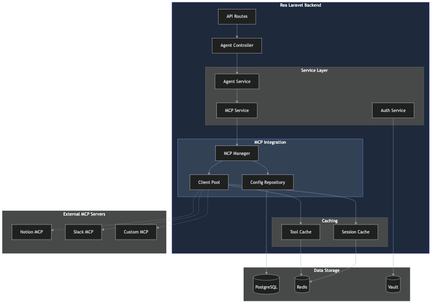
Above: docs/assets/diagrams/rea-integration.png in rmonsurate/rea-mcp-docs (Mermaid), before the change. Its source is kept beside it as docs/assets/diagrams/rea-integration.mmd. Source of this version:
```mermaid
%%{init: {'theme': 'dark', 'themeVariables': { 'primaryColor': '#6366f1', 'primaryTextColor': '#fff', 'primaryBorderColor': '#818cf8', 'lineColor': '#94a3b8', 'secondaryColor': '#1e293b', 'tertiaryColor': '#334155'}}}%%
graph TB
    subgraph Laravel["Rea Laravel Backend"]
        Routes[API Routes]
        Controller[Agent Controller]

        subgraph Services["Service Layer"]
            AgentSvc[Agent Service]
            MCPSvc[MCP Service]
            AuthSvc[Auth Service]
        end

        subgraph MCP["MCP Integration"]
            Manager[MCP Manager]
            ClientPool[Client Pool]
            ConfigRepo[Config Repository]
        end

        subgraph Cache["Caching"]
            ToolCache[Tool Cache]
            SessionCache[Session Cache]
        end
    end

    subgraph External["External MCP Servers"]
        Notion[Notion MCP]
        Slack[Slack MCP]
        Custom[Custom MCP]
    end

    subgraph Storage["Data Storage"]
        DB[(PostgreSQL)]
        Redis[(Redis)]
        Secrets[(Vault)]
    end

    Routes --> Controller
    Controller --> AgentSvc
    AgentSvc --> MCPSvc
    MCPSvc --> Manager
    Manager --> ClientPool
    Manager --> ConfigRepo
    ClientPool --> ToolCache
    ClientPool --> SessionCache

    ConfigRepo --> DB
    ToolCache --> Redis
    SessionCache --> Redis
    AuthSvc --> Secrets

    ClientPool -.-> Notion
    ClientPool -.-> Slack
    ClientPool -.-> Custom

    style Laravel fill:#1e293b,stroke:#6366f1
    style MCP fill:#334155,stroke:#818cf8
```
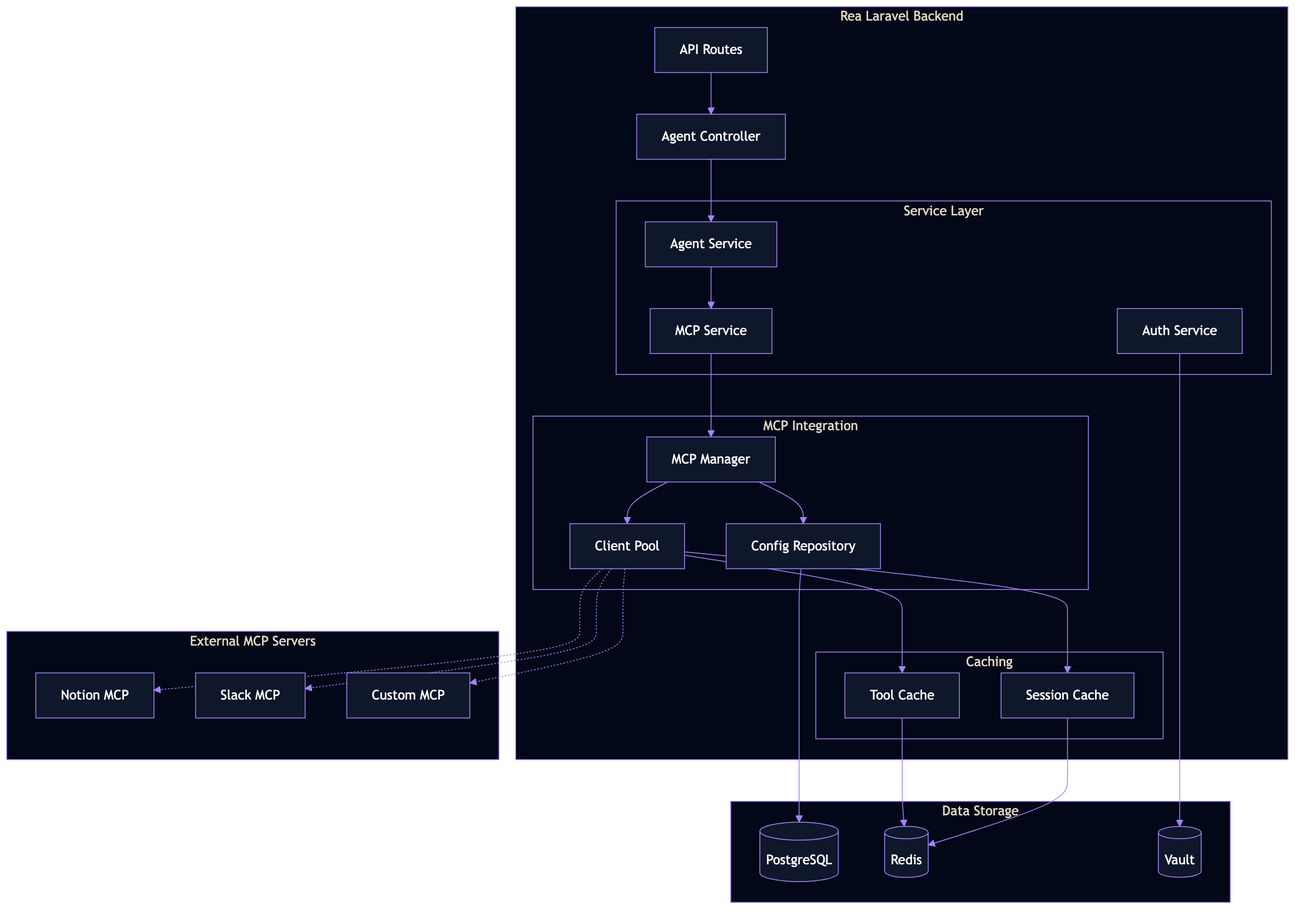
The same diagram one commit later.

Diff of the diagram source:
```diff
@@ -1,37 +1,37 @@
-%%{init: {'theme': 'dark', 'themeVariables': { 'primaryColor': '#6366f1', 'primaryTextColor': '#fff', 'primaryBorderColor': '#818cf8', 'lineColor': '#94a3b8', 'secondaryColor': '#1e293b', 'tertiaryColor': '#334155'}}}%%
+%%{init: {'theme': 'base', 'themeVariables': { 'primaryColor': '#a484fb', 'primaryTextColor': '#ffffff', 'primaryBorderColor': '#a484fb', 'secondaryColor': '#22c55a', 'secondaryTextColor': '#ffffff', 'tertiaryColor': '#1e293b', 'lineColor': '#a484fb', 'textColor': '#f8fafc', 'mainBkg': '#0f172a', 'nodeBorder': '#a484fb', 'clusterBkg': '#020817', 'clusterBorder': '#a484fb', 'nodeTextColor': '#ffffff'}}}%%
 graph TB
     subgraph Laravel["Rea Laravel Backend"]
-        Routes[API Routes]
-        Controller[Agent Controller]
+        Routes["API Routes"]
+        Controller["Agent Controller"]
 
         subgraph Services["Service Layer"]
-            AgentSvc[Agent Service]
-            MCPSvc[MCP Service]
-            AuthSvc[Auth Service]
+            AgentSvc["Agent Service"]
+            MCPSvc["MCP Service"]
+            AuthSvc["Auth Service"]
         end
 
         subgraph MCP["MCP Integration"]
-            Manager[MCP Manager]
-            ClientPool[Client Pool]
-            ConfigRepo[Config Repository]
+            Manager["MCP Manager"]
+            ClientPool["Client Pool"]
+            ConfigRepo["Config Repository"]
         end
 
         subgraph Cache["Caching"]
-            ToolCache[Tool Cache]
-            SessionCache[Session Cache]
+            ToolCache["Tool Cache"]
+            SessionCache["Session Cache"]
         end
     end
 
     subgraph External["External MCP Servers"]
-        Notion[Notion MCP]
-        Slack[Slack MCP]
-        Custom[Custom MCP]
+        Notion["Notion MCP"]
+        Slack["Slack MCP"]
+        Custom["Custom MCP"]
     end
 
     subgraph Storage["Data Storage"]
-        DB[(PostgreSQL)]
-        Redis[(Redis)]
-        Secrets[(Vault)]
+        DB[("PostgreSQL")]
+        Redis[("Redis")]
+        Secrets[("Vault")]
     end
 
     Routes --> Controller
@@ -51,6 +51,3 @@
     ClientPool -.-> Notion
     ClientPool -.-> Slack
     ClientPool -.-> Custom
-
-    style Laravel fill:#1e293b,stroke:#6366f1
-    style MCP fill:#334155,stroke:#818cf8
```
